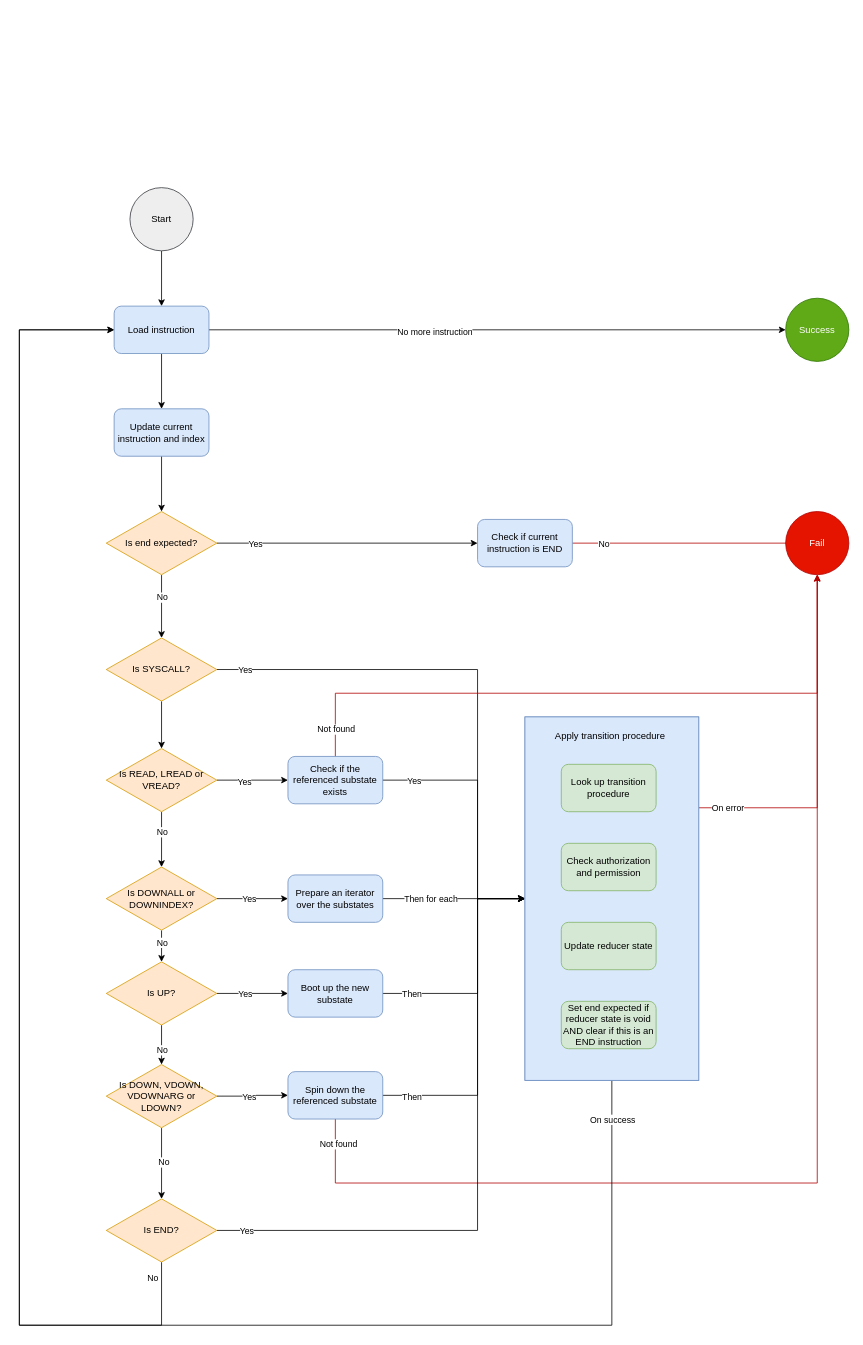
Above: docs/transaction-specs/specs/validation_flow.drawio in radixdlt/olympia-node (draw.io), before the change. Source tidied: cells renumbered, new cells numbered last; positions are measured from the earlier drawing's top-left corner, leaving out a move shared by most shapes. Both pictures are drawn from the tidied source at 79%, with x=0, y=0 at pixel (19, 187).
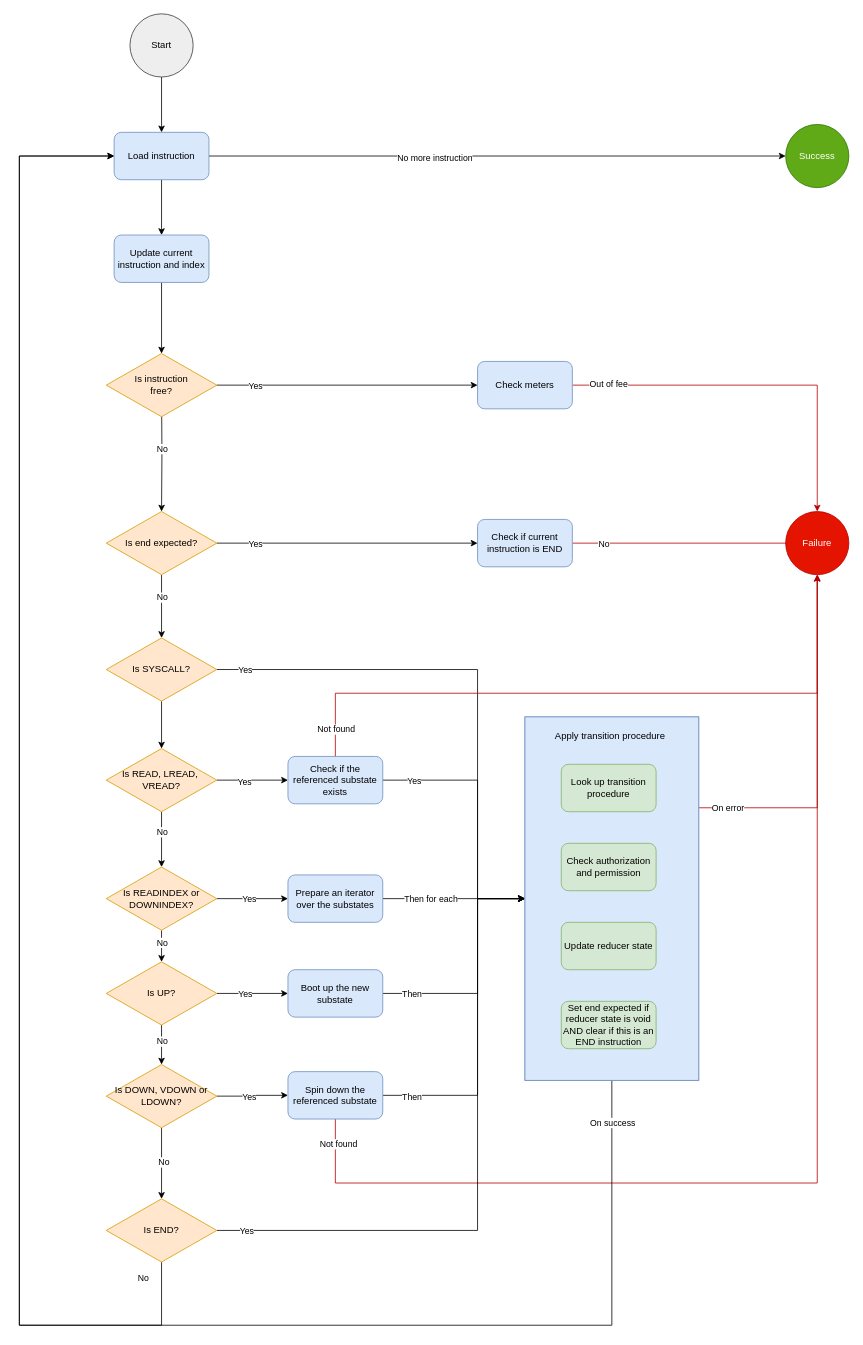
After the change.

Unchanged cells that the change refers to:
```xml
<mxCell id="14" value="Is end expected?" style="rhombus;whiteSpace=wrap;html=1;fillColor=#ffe6cc;strokeColor=#d79b00;" parent="1" vertex="1">
  <mxGeometry x="110" y="410" width="140" height="80" as="geometry" />
</mxCell>
<mxCell id="43" style="edgeStyle=orthogonalEdgeStyle;rounded=0;jettySize=auto;html=1;exitX=0.5;exitY=1;exitDx=0;exitDy=0;" parent="1" edge="1" source="45" target="58">
  <mxGeometry relative="1" as="geometry" />
</mxCell>
<mxCell id="63" value="Is END?" style="rhombus;whiteSpace=wrap;html=1;fillColor=#ffe6cc;strokeColor=#d79b00;" parent="1" vertex="1">
  <mxGeometry x="110" y="1280" width="140" height="80" as="geometry" />
</mxCell>
<mxCell id="70" style="rounded=0;whiteSpace=wrap;html=1;fillColor=#dae8fc;strokeColor=#6c8ebf;" parent="1" vertex="1">
  <mxGeometry x="640" y="670" width="220" height="460" as="geometry" />
</mxCell>
```

What changed in the source:
```diff
@@
     <mxCell id="3" value="Start" style="ellipse;whiteSpace=wrap;html=1;fillColor=#eeeeee;strokeColor=#36393d;" parent="1" vertex="1">
-      <mxGeometry x="140" width="80" height="80" as="geometry" />
+      <mxGeometry x="140" y="-220" width="80" height="80" as="geometry" />
     </mxCell>
@@
     <mxCell id="7" value="Load instruction" style="rounded=1;whiteSpace=wrap;html=1;fillColor=#dae8fc;strokeColor=#6c8ebf;" parent="1" vertex="1">
-      <mxGeometry x="120" y="150" width="120" height="60" as="geometry" />
+      <mxGeometry x="120" y="-70" width="120" height="60" as="geometry" />
     </mxCell>
-    <mxCell id="8" style="edgeStyle=orthogonalEdgeStyle;rounded=0;jettySize=auto;html=1;exitX=0.5;exitY=1;exitDx=0;exitDy=0;entryX=0.5;entryY=0;entryDx=0;entryDy=0;" parent="1" edge="1" source="9" target="14">
-      <mxGeometry relative="1" as="geometry" />
+    <mxCell id="8" style="edgeStyle=orthogonalEdgeStyle;rounded=0;jettySize=auto;html=1;entryX=0.5;entryY=0;entryDx=0;entryDy=0;" parent="1" edge="1" target="14">
+      <mxGeometry relative="1" as="geometry">
+        <mxPoint x="180" y="260" as="sourcePoint" />
+      </mxGeometry>
     </mxCell>
+    <mxCell id="76" style="edgeStyle=orthogonalEdgeStyle;rounded=0;jettySize=auto;html=1;exitX=0.5;exitY=1;exitDx=0;exitDy=0;entryX=0.5;entryY=0;entryDx=0;entryDy=0;" parent="1" edge="1" source="9" target="80">
+      <mxGeometry relative="1" as="geometry" />
+    </mxCell>
     <mxCell id="9" value="Update current instruction and index" style="rounded=1;whiteSpace=wrap;html=1;fillColor=#dae8fc;strokeColor=#6c8ebf;" parent="1" vertex="1">
-      <mxGeometry x="120" y="280" width="120" height="60" as="geometry" />
+      <mxGeometry x="120" y="60" width="120" height="60" as="geometry" />
     </mxCell>
@@
-    <mxCell id="18" value="Fail" style="ellipse;whiteSpace=wrap;html=1;fillColor=#e51400;strokeColor=#B20000;fontColor=#ffffff;" parent="1" vertex="1">
+    <mxCell id="18" value="Failure" style="ellipse;whiteSpace=wrap;html=1;fillColor=#e51400;strokeColor=#B20000;fontColor=#ffffff;" parent="1" vertex="1">
       <mxGeometry x="970" y="410" width="80" height="80" as="geometry" />
     </mxCell>
@@
-    <mxCell id="27" value="Is READ, LREAD or VREAD?" style="rhombus;whiteSpace=wrap;html=1;fillColor=#ffe6cc;strokeColor=#d79b00;" parent="1" vertex="1">
+    <mxCell id="27" value="Is READ, LREAD,&amp;nbsp; VREAD?" style="rhombus;whiteSpace=wrap;html=1;fillColor=#ffe6cc;strokeColor=#d79b00;" parent="1" vertex="1">
       <mxGeometry x="110" y="710" width="140" height="80" as="geometry" />
     </mxCell>
@@
-    <mxCell id="37" value="Is DOWNALL or DOWNINDEX?" style="rhombus;whiteSpace=wrap;html=1;fillColor=#ffe6cc;strokeColor=#d79b00;" parent="1" vertex="1">
+    <mxCell id="37" value="Is READINDEX or DOWNINDEX?" style="rhombus;whiteSpace=wrap;html=1;fillColor=#ffe6cc;strokeColor=#d79b00;" parent="1" vertex="1">
       <mxGeometry x="110" y="860" width="140" height="80" as="geometry" />
     </mxCell>
@@
     <mxCell id="44" value="No" style="edgeLabel;html=1;align=center;verticalAlign=middle;" parent="43" vertex="1">
-      <mxGeometry x="0.24" relative="1" as="geometry" />
+      <mxGeometry x="0.24" relative="1" as="geometry">
+        <mxPoint y="-11" as="offset" />
+      </mxGeometry>
     </mxCell>
@@
-    <mxCell id="58" value="Is DOWN, VDOWN, VDOWNARG or LDOWN?" style="rhombus;whiteSpace=wrap;html=1;fillColor=#ffe6cc;strokeColor=#d79b00;" parent="1" vertex="1">
+    <mxCell id="58" value="Is DOWN, VDOWN or LDOWN?" style="rhombus;whiteSpace=wrap;html=1;fillColor=#ffe6cc;strokeColor=#d79b00;" parent="1" vertex="1">
       <mxGeometry x="110" y="1110" width="140" height="80" as="geometry" />
     </mxCell>
     <mxCell id="59" style="edgeStyle=orthogonalEdgeStyle;rounded=0;jettySize=auto;html=1;exitX=0.5;exitY=1;exitDx=0;exitDy=0;entryX=0;entryY=0.5;entryDx=0;entryDy=0;" parent="1" edge="1" source="63" target="7">
       <mxGeometry relative="1" as="geometry">
         <Array as="points">
           <mxPoint x="180" y="1440" />
           <mxPoint y="1440" />
-          <mxPoint y="180" />
+          <mxPoint y="-40" />
         </Array>
       </mxGeometry>
     </mxCell>
@@
     <mxCell id="66" style="edgeStyle=orthogonalEdgeStyle;rounded=0;jettySize=auto;html=1;exitX=0.5;exitY=1;exitDx=0;exitDy=0;entryX=0;entryY=0.5;entryDx=0;entryDy=0;" parent="1" edge="1" source="70" target="7">
       <mxGeometry relative="1" as="geometry">
         <Array as="points">
           <mxPoint x="750" y="1440" />
           <mxPoint y="1440" />
-          <mxPoint y="180" />
+          <mxPoint y="-40" />
         </Array>
       </mxGeometry>
     </mxCell>
@@
     <mxCell id="69" value="Success" style="ellipse;whiteSpace=wrap;html=1;fillColor=#60a917;strokeColor=#2D7600;fontColor=#ffffff;" parent="1" vertex="1">
-      <mxGeometry x="970" y="140" width="80" height="80" as="geometry" />
+      <mxGeometry x="970" y="-80" width="80" height="80" as="geometry" />
     </mxCell>
@@
+    <mxCell id="77" style="edgeStyle=orthogonalEdgeStyle;rounded=0;jettySize=auto;html=1;exitX=1;exitY=0.5;exitDx=0;exitDy=0;entryX=0;entryY=0.5;entryDx=0;entryDy=0;" parent="1" edge="1" source="80" target="83">
+      <mxGeometry relative="1" as="geometry" />
+    </mxCell>
+    <mxCell id="78" value="Yes" style="edgeLabel;html=1;align=center;verticalAlign=middle;" parent="77" vertex="1">
+      <mxGeometry x="-0.71" relative="1" as="geometry" />
+    </mxCell>
+    <mxCell id="79" value="No" style="edgeLabel;html=1;align=center;verticalAlign=middle;" parent="1" vertex="1">
+      <mxGeometry x="180" y="330" as="geometry" />
+    </mxCell>
+    <mxCell id="80" value="Is instruction&lt;br&gt;free?" style="rhombus;whiteSpace=wrap;html=1;fillColor=#ffe6cc;strokeColor=#d79b00;" parent="1" vertex="1">
+      <mxGeometry x="110" y="210" width="140" height="80" as="geometry" />
+    </mxCell>
+    <mxCell id="81" style="edgeStyle=orthogonalEdgeStyle;rounded=0;jettySize=auto;html=1;exitX=1;exitY=0.5;exitDx=0;exitDy=0;fillColor=#e51400;strokeColor=#B20000;" parent="1" edge="1" source="83" target="18">
+      <mxGeometry relative="1" as="geometry" />
+    </mxCell>
+    <mxCell id="82" value="Out of fee" style="edgeLabel;html=1;align=center;verticalAlign=middle;" parent="81" vertex="1">
+      <mxGeometry x="-0.81" y="2" relative="1" as="geometry" />
+    </mxCell>
+    <mxCell id="83" value="Check meters" style="rounded=1;whiteSpace=wrap;html=1;fillColor=#dae8fc;strokeColor=#6c8ebf;" parent="1" vertex="1">
+      <mxGeometry x="580" y="220" width="120" height="60" as="geometry" />
+    </mxCell>
```
